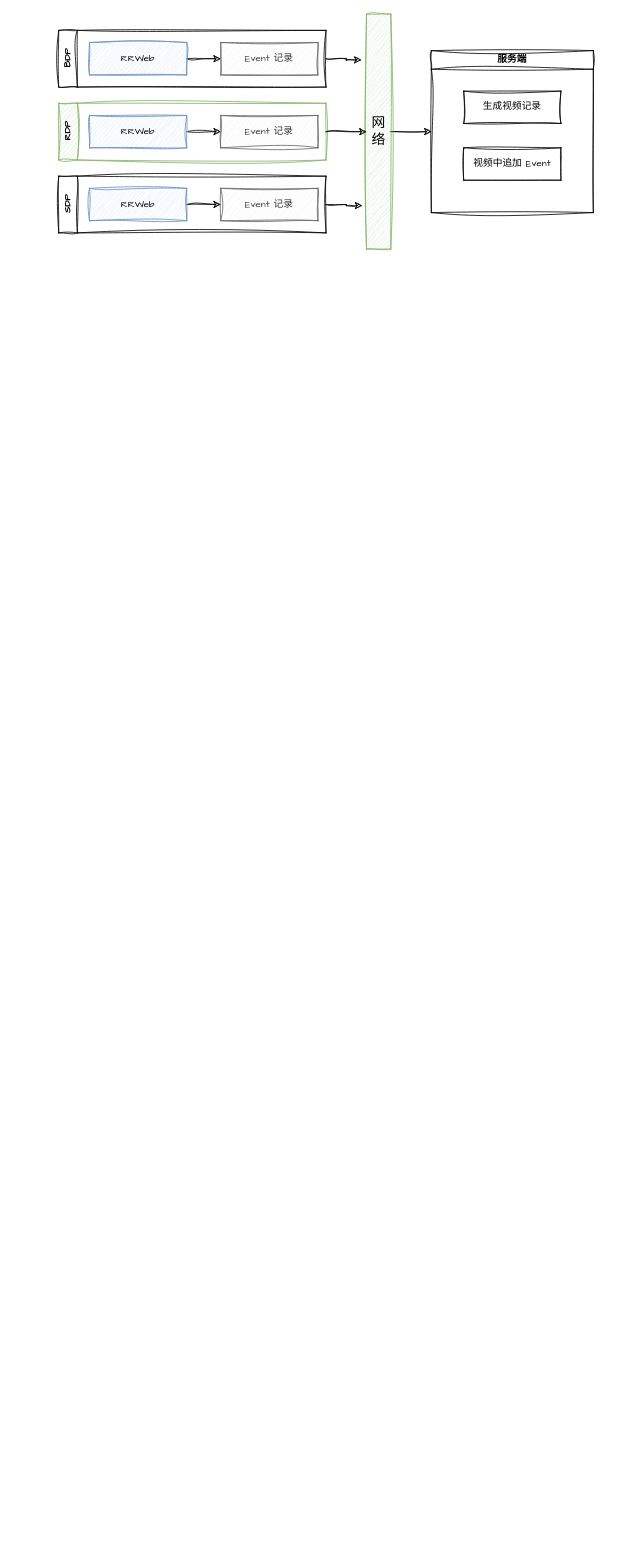
Before: page "第 4 页" (4 of 4) of 123.drawio in swlws/drawio, a draw.io diagram. Source tidied: cells renumbered, new cells numbered last; positions are measured from the earlier drawing's top-left corner, leaving out a move shared by most shapes. Both pictures are drawn from the tidied source at 81%, with x=0, y=0 at pixel (58, 14).
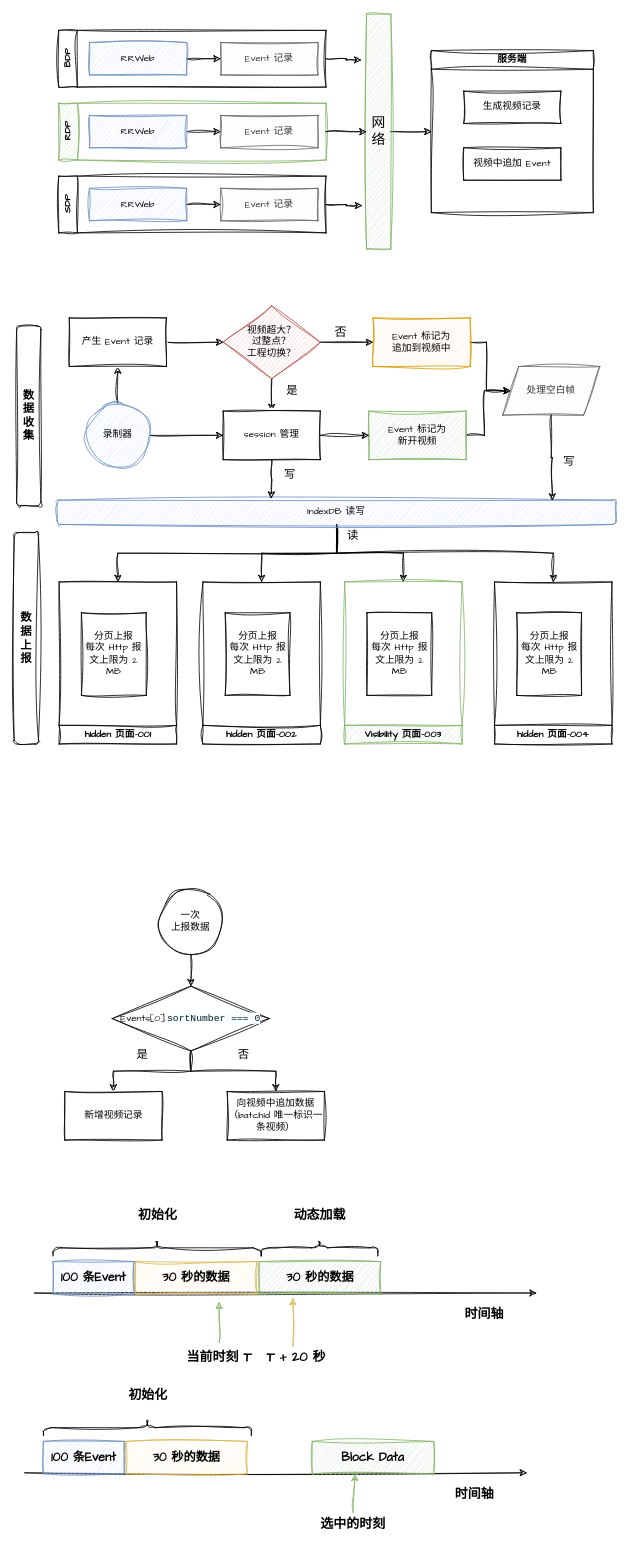
The same diagram, later.

The edit, as a diff of the source:
```diff
@@
+    <mxCell id="22" style="edgeStyle=orthogonalEdgeStyle;rounded=0;sketch=1;hachureGap=4;jiggle=2;curveFitting=1;jettySize=auto;html=1;entryX=0;entryY=0.5;entryDx=0;entryDy=0;fontFamily=Architects Daughter;" parent="1" edge="1" source="24" target="35">
+      <mxGeometry relative="1" as="geometry" />
+    </mxCell>
+    <mxCell id="23" style="edgeStyle=orthogonalEdgeStyle;rounded=0;sketch=1;hachureGap=4;jiggle=2;curveFitting=1;jettySize=auto;html=1;entryX=0.5;entryY=1;entryDx=0;entryDy=0;fontFamily=Architects Daughter;" parent="1" edge="1" source="24" target="26">
+      <mxGeometry relative="1" as="geometry" />
+    </mxCell>
+    <mxCell id="24" value="录制器" style="ellipse;whiteSpace=wrap;html=1;sketch=1;hachureGap=4;jiggle=2;curveFitting=1;fontFamily=Architects Daughter;fillColor=#dae8fc;strokeColor=#6c8ebf;" parent="1" vertex="1">
+      <mxGeometry x="33" y="480" width="80" height="80" as="geometry" />
+    </mxCell>
+    <mxCell id="25" style="edgeStyle=orthogonalEdgeStyle;rounded=0;sketch=1;hachureGap=4;jiggle=2;curveFitting=1;jettySize=auto;html=1;entryX=0;entryY=0.5;entryDx=0;entryDy=0;fontFamily=Architects Daughter;" parent="1" edge="1" source="26" target="29">
+      <mxGeometry relative="1" as="geometry" />
+    </mxCell>
+    <mxCell id="26" value="产生 Event 记录" style="rounded=0;whiteSpace=wrap;html=1;sketch=1;hachureGap=4;jiggle=2;curveFitting=1;fontFamily=Architects Daughter;" parent="1" vertex="1">
+      <mxGeometry x="13" y="375" width="120" height="60" as="geometry" />
+    </mxCell>
+    <mxCell id="27" style="edgeStyle=orthogonalEdgeStyle;rounded=0;sketch=1;hachureGap=4;jiggle=2;curveFitting=1;jettySize=auto;html=1;entryX=0;entryY=0.5;entryDx=0;entryDy=0;fontFamily=Architects Daughter;" parent="1" edge="1" source="29" target="33">
+      <mxGeometry relative="1" as="geometry" />
+    </mxCell>
+    <mxCell id="28" style="edgeStyle=orthogonalEdgeStyle;rounded=0;sketch=1;hachureGap=4;jiggle=2;curveFitting=1;jettySize=auto;html=1;entryX=0.5;entryY=0;entryDx=0;entryDy=0;fontFamily=Architects Daughter;" parent="1" edge="1" source="29" target="35">
+      <mxGeometry relative="1" as="geometry" />
+    </mxCell>
+    <mxCell id="29" value="视频超大？&lt;div&gt;过整点？&lt;/div&gt;&lt;div&gt;工程切换？&lt;/div&gt;" style="rhombus;whiteSpace=wrap;html=1;sketch=1;hachureGap=4;jiggle=2;curveFitting=1;fontFamily=Architects Daughter;fillColor=#f8cecc;strokeColor=#b85450;" parent="1" vertex="1">
+      <mxGeometry x="203" y="360" width="120" height="90" as="geometry" />
+    </mxCell>
+    <mxCell id="30" style="edgeStyle=orthogonalEdgeStyle;rounded=0;sketch=1;hachureGap=4;jiggle=2;curveFitting=1;jettySize=auto;html=1;entryX=0;entryY=0.5;entryDx=0;entryDy=0;fontFamily=Architects Daughter;" parent="1" edge="1" source="31" target="38">
+      <mxGeometry relative="1" as="geometry" />
+    </mxCell>
+    <mxCell id="31" value="Event 标记为&lt;div&gt;新开视频&lt;/div&gt;" style="rounded=0;whiteSpace=wrap;html=1;sketch=1;hachureGap=4;jiggle=2;curveFitting=1;fontFamily=Architects Daughter;fillColor=#d5e8d4;strokeColor=#82b366;" parent="1" vertex="1">
+      <mxGeometry x="383" y="490" width="120" height="60" as="geometry" />
+    </mxCell>
+    <mxCell id="32" style="edgeStyle=orthogonalEdgeStyle;rounded=0;sketch=1;hachureGap=4;jiggle=2;curveFitting=1;jettySize=auto;html=1;entryX=0;entryY=0.5;entryDx=0;entryDy=0;fontFamily=Architects Daughter;" parent="1" edge="1" source="33" target="38">
+      <mxGeometry relative="1" as="geometry" />
+    </mxCell>
+    <mxCell id="33" value="Event 标记为&lt;div&gt;追加到视频中&lt;/div&gt;" style="rounded=0;whiteSpace=wrap;html=1;sketch=1;hachureGap=4;jiggle=2;curveFitting=1;fontFamily=Architects Daughter;fillColor=#ffe6cc;strokeColor=#d79b00;" parent="1" vertex="1">
+      <mxGeometry x="388" y="375" width="120" height="60" as="geometry" />
+    </mxCell>
+    <mxCell id="34" style="edgeStyle=orthogonalEdgeStyle;rounded=0;sketch=1;hachureGap=4;jiggle=2;curveFitting=1;jettySize=auto;html=1;entryX=0;entryY=0.5;entryDx=0;entryDy=0;fontFamily=Architects Daughter;" parent="1" edge="1" source="35" target="31">
+      <mxGeometry relative="1" as="geometry" />
+    </mxCell>
+    <mxCell id="35" value="session 管理" style="rounded=0;whiteSpace=wrap;html=1;sketch=1;hachureGap=4;jiggle=2;curveFitting=1;fontFamily=Architects Daughter;" parent="1" vertex="1">
+      <mxGeometry x="203" y="490" width="120" height="60" as="geometry" />
+    </mxCell>
+    <mxCell id="36" value="&lt;font style=&quot;font-size: 15px;&quot;&gt;否&lt;/font&gt;" style="text;html=1;align=center;verticalAlign=middle;strokeColor=none;fillColor=none;fontFamily=Architects Daughter;" parent="1" vertex="1">
+      <mxGeometry x="328" y="378" width="40" height="30" as="geometry" />
+    </mxCell>
+    <mxCell id="37" value="&lt;font style=&quot;font-size: 14px;&quot;&gt;是&lt;/font&gt;" style="text;html=1;align=center;verticalAlign=middle;strokeColor=none;fillColor=none;fontFamily=Architects Daughter;" parent="1" vertex="1">
+      <mxGeometry x="268" y="450" width="40" height="30" as="geometry" />
+    </mxCell>
+    <mxCell id="38" value="处理空白帧" style="shape=parallelogram;perimeter=parallelogramPerimeter;whiteSpace=wrap;html=1;fixedSize=1;sketch=1;hachureGap=4;jiggle=2;curveFitting=1;fontFamily=Architects Daughter;fillColor=#f5f5f5;fontColor=#333333;strokeColor=#666666;" parent="1" vertex="1">
+      <mxGeometry x="548" y="435" width="120" height="60" as="geometry" />
+    </mxCell>
+    <mxCell id="39" style="edgeStyle=orthogonalEdgeStyle;rounded=0;sketch=1;hachureGap=4;jiggle=2;curveFitting=1;jettySize=auto;html=1;entryX=0.5;entryY=1;entryDx=0;entryDy=0;fontFamily=Architects Daughter;" parent="1" edge="1" source="43" target="48">
+      <mxGeometry relative="1" as="geometry" />
+    </mxCell>
+    <mxCell id="40" style="edgeStyle=orthogonalEdgeStyle;rounded=0;sketch=1;hachureGap=4;jiggle=2;curveFitting=1;jettySize=auto;html=1;entryX=0.5;entryY=1;entryDx=0;entryDy=0;fontFamily=Architects Daughter;" parent="1" edge="1" source="43" target="50">
+      <mxGeometry relative="1" as="geometry" />
+    </mxCell>
+    <mxCell id="41" style="edgeStyle=orthogonalEdgeStyle;rounded=0;sketch=1;hachureGap=4;jiggle=2;curveFitting=1;jettySize=auto;html=1;entryX=0.5;entryY=1;entryDx=0;entryDy=0;fontFamily=Architects Daughter;" parent="1" edge="1" source="43" target="52">
+      <mxGeometry relative="1" as="geometry" />
+    </mxCell>
+    <mxCell id="42" style="edgeStyle=orthogonalEdgeStyle;rounded=0;sketch=1;hachureGap=4;jiggle=2;curveFitting=1;jettySize=auto;html=1;entryX=0.5;entryY=1;entryDx=0;entryDy=0;fontFamily=Architects Daughter;" parent="1" edge="1" source="43" target="54">
+      <mxGeometry relative="1" as="geometry" />
+    </mxCell>
+    <mxCell id="43" value="IndexDB 读写" style="rounded=1;whiteSpace=wrap;html=1;sketch=1;hachureGap=4;jiggle=2;curveFitting=1;fontFamily=Architects Daughter;fillColor=#dae8fc;strokeColor=#6c8ebf;" parent="1" vertex="1">
+      <mxGeometry x="-2" y="600" width="690" height="30" as="geometry" />
+    </mxCell>
+    <mxCell id="44" style="edgeStyle=orthogonalEdgeStyle;rounded=0;sketch=1;hachureGap=4;jiggle=2;curveFitting=1;jettySize=auto;html=1;entryX=0.886;entryY=0.017;entryDx=0;entryDy=0;entryPerimeter=0;fontFamily=Architects Daughter;" parent="1" edge="1" source="38" target="43">
+      <mxGeometry relative="1" as="geometry" />
+    </mxCell>
+    <mxCell id="45" style="edgeStyle=orthogonalEdgeStyle;rounded=0;sketch=1;hachureGap=4;jiggle=2;curveFitting=1;jettySize=auto;html=1;entryX=0.383;entryY=-0.067;entryDx=0;entryDy=0;entryPerimeter=0;fontFamily=Architects Daughter;" parent="1" edge="1" source="35" target="43">
+      <mxGeometry relative="1" as="geometry" />
+    </mxCell>
+    <mxCell id="46" value="&lt;b style=&quot;font-size: 14px;&quot;&gt;&lt;font style=&quot;font-size: 14px;&quot;&gt;数&lt;/font&gt;&lt;/b&gt;&lt;div style=&quot;font-size: 14px;&quot;&gt;&lt;b&gt;&lt;font style=&quot;font-size: 14px;&quot;&gt;据&lt;/font&gt;&lt;/b&gt;&lt;/div&gt;&lt;div style=&quot;font-size: 14px;&quot;&gt;&lt;b&gt;上&lt;/b&gt;&lt;/div&gt;&lt;div style=&quot;font-size: 14px;&quot;&gt;&lt;b&gt;报&lt;/b&gt;&lt;/div&gt;" style="rounded=1;whiteSpace=wrap;html=1;sketch=1;hachureGap=4;jiggle=2;curveFitting=1;fontFamily=Architects Daughter;" parent="1" vertex="1">
+      <mxGeometry x="-55" y="640" width="30" height="261" as="geometry" />
+    </mxCell>
+    <mxCell id="47" value="&lt;b style=&quot;font-size: 14px;&quot;&gt;&lt;font style=&quot;font-size: 14px;&quot;&gt;数&lt;/font&gt;&lt;/b&gt;&lt;div style=&quot;font-size: 14px;&quot;&gt;&lt;b&gt;&lt;font style=&quot;font-size: 14px;&quot;&gt;据&lt;/font&gt;&lt;/b&gt;&lt;/div&gt;&lt;div style=&quot;font-size: 14px;&quot;&gt;&lt;b&gt;&lt;font style=&quot;font-size: 14px;&quot;&gt;收&lt;/font&gt;&lt;/b&gt;&lt;/div&gt;&lt;div style=&quot;font-size: 14px;&quot;&gt;&lt;b style=&quot;&quot;&gt;&lt;font style=&quot;font-size: 14px;&quot;&gt;集&lt;/font&gt;&lt;/b&gt;&lt;/div&gt;" style="rounded=1;whiteSpace=wrap;html=1;sketch=1;hachureGap=4;jiggle=2;curveFitting=1;fontFamily=Architects Daughter;" parent="1" vertex="1">
+      <mxGeometry x="-52" y="385" width="30" height="222" as="geometry" />
+    </mxCell>
+    <mxCell id="48" value="hidden 页面-001" style="swimlane;whiteSpace=wrap;html=1;sketch=1;hachureGap=4;jiggle=2;curveFitting=1;fontFamily=Architects Daughter;direction=west;" parent="1" vertex="1">
+      <mxGeometry x="0.5" y="701" width="145" height="200" as="geometry" />
+    </mxCell>
+    <mxCell id="49" value="分页上报&lt;div&gt;每次 Http 报文上限为 2 MB&lt;/div&gt;" style="rounded=0;whiteSpace=wrap;html=1;sketch=1;hachureGap=4;jiggle=2;curveFitting=1;fontFamily=Architects Daughter;" parent="48" vertex="1">
+      <mxGeometry x="27.5" y="38" width="80" height="102" as="geometry" />
+    </mxCell>
+    <mxCell id="50" value="hidden 页面-002" style="swimlane;whiteSpace=wrap;html=1;sketch=1;hachureGap=4;jiggle=2;curveFitting=1;fontFamily=Architects Daughter;direction=west;" parent="1" vertex="1">
+      <mxGeometry x="178" y="701" width="145" height="200" as="geometry" />
+    </mxCell>
+    <mxCell id="51" value="分页上报&lt;div&gt;每次 Http 报文上限为 2 MB&lt;/div&gt;" style="rounded=0;whiteSpace=wrap;html=1;sketch=1;hachureGap=4;jiggle=2;curveFitting=1;fontFamily=Architects Daughter;" parent="50" vertex="1">
+      <mxGeometry x="27.5" y="38" width="80" height="102" as="geometry" />
+    </mxCell>
+    <mxCell id="52" value="Visibility 页面-003" style="swimlane;whiteSpace=wrap;html=1;sketch=1;hachureGap=4;jiggle=2;curveFitting=1;fontFamily=Architects Daughter;direction=west;fillColor=#d5e8d4;strokeColor=#82b366;" parent="1" vertex="1">
+      <mxGeometry x="353" y="701" width="145" height="200" as="geometry" />
+    </mxCell>
+    <mxCell id="53" value="分页上报&lt;div&gt;每次 Http 报文上限为 2 MB&lt;/div&gt;" style="rounded=0;whiteSpace=wrap;html=1;sketch=1;hachureGap=4;jiggle=2;curveFitting=1;fontFamily=Architects Daughter;" parent="52" vertex="1">
+      <mxGeometry x="27.5" y="38" width="80" height="102" as="geometry" />
+    </mxCell>
+    <mxCell id="54" value="hidden 页面-004" style="swimlane;whiteSpace=wrap;html=1;sketch=1;hachureGap=4;jiggle=2;curveFitting=1;fontFamily=Architects Daughter;direction=west;" parent="1" vertex="1">
+      <mxGeometry x="538" y="701" width="145" height="200" as="geometry" />
+    </mxCell>
+    <mxCell id="55" value="分页上报&lt;div&gt;每次 Http 报文上限为 2 MB&lt;/div&gt;" style="rounded=0;whiteSpace=wrap;html=1;sketch=1;hachureGap=4;jiggle=2;curveFitting=1;fontFamily=Architects Daughter;" parent="54" vertex="1">
+      <mxGeometry x="27.5" y="38" width="80" height="102" as="geometry" />
+    </mxCell>
+    <mxCell id="56" value="&lt;font style=&quot;font-size: 14px;&quot;&gt;写&lt;/font&gt;" style="text;html=1;align=center;verticalAlign=middle;strokeColor=none;fillColor=none;fontFamily=Architects Daughter;" parent="1" vertex="1">
+      <mxGeometry x="610" y="538" width="40" height="30" as="geometry" />
+    </mxCell>
+    <mxCell id="57" value="&lt;font style=&quot;font-size: 14px;&quot;&gt;写&lt;/font&gt;" style="text;html=1;align=center;verticalAlign=middle;strokeColor=none;fillColor=none;fontFamily=Architects Daughter;" parent="1" vertex="1">
+      <mxGeometry x="265" y="554" width="40" height="30" as="geometry" />
+    </mxCell>
+    <mxCell id="58" value="&lt;font style=&quot;font-size: 14px;&quot;&gt;读&lt;/font&gt;" style="text;html=1;align=center;verticalAlign=middle;strokeColor=none;fillColor=none;fontFamily=Architects Daughter;" parent="1" vertex="1">
+      <mxGeometry x="343" y="630" width="40" height="30" as="geometry" />
+    </mxCell>
+    <mxCell id="59" style="edgeStyle=orthogonalEdgeStyle;rounded=0;sketch=1;hachureGap=4;jiggle=2;curveFitting=1;jettySize=auto;html=1;entryX=0.5;entryY=0;entryDx=0;entryDy=0;fontFamily=Architects Daughter;" parent="1" edge="1" source="60" target="63">
+      <mxGeometry relative="1" as="geometry" />
+    </mxCell>
+    <mxCell id="60" value="一次&lt;div&gt;上报&lt;span style=&quot;background-color: initial;&quot;&gt;数据&lt;/span&gt;&lt;/div&gt;" style="ellipse;whiteSpace=wrap;html=1;sketch=1;hachureGap=4;jiggle=2;curveFitting=1;fontFamily=Architects Daughter;" parent="1" vertex="1">
+      <mxGeometry x="123" y="1080" width="80" height="80" as="geometry" />
+    </mxCell>
+    <mxCell id="61" style="edgeStyle=orthogonalEdgeStyle;rounded=0;sketch=1;hachureGap=4;jiggle=2;curveFitting=1;jettySize=auto;html=1;entryX=0.5;entryY=0;entryDx=0;entryDy=0;fontFamily=Architects Daughter;" parent="1" edge="1" source="63" target="64">
+      <mxGeometry relative="1" as="geometry" />
+    </mxCell>
+    <mxCell id="62" style="edgeStyle=orthogonalEdgeStyle;rounded=0;sketch=1;hachureGap=4;jiggle=2;curveFitting=1;jettySize=auto;html=1;entryX=0.5;entryY=0;entryDx=0;entryDy=0;fontFamily=Architects Daughter;" parent="1" edge="1" source="63" target="65">
+      <mxGeometry relative="1" as="geometry" />
+    </mxCell>
+    <mxCell id="63" value="Events[0].&lt;span style=&quot;color: rgb(0, 31, 36); font-family: monospace; text-align: left; text-wrap: nowrap; background-color: rgb(248, 253, 255);&quot;&gt;sortNumber === 0&lt;/span&gt;" style="rhombus;whiteSpace=wrap;html=1;sketch=1;hachureGap=4;jiggle=2;curveFitting=1;fontFamily=Architects Daughter;" parent="1" vertex="1">
+      <mxGeometry x="66" y="1200" width="194" height="80" as="geometry" />
+    </mxCell>
+    <mxCell id="64" value="新增视频记录" style="rounded=0;whiteSpace=wrap;html=1;sketch=1;hachureGap=4;jiggle=2;curveFitting=1;fontFamily=Architects Daughter;" parent="1" vertex="1">
+      <mxGeometry x="7.5" y="1330" width="120" height="60" as="geometry" />
+    </mxCell>
+    <mxCell id="65" value="向视频中追加数据&lt;div&gt;（batchId 唯一标识一条视频）&lt;/div&gt;" style="rounded=0;whiteSpace=wrap;html=1;sketch=1;hachureGap=4;jiggle=2;curveFitting=1;fontFamily=Architects Daughter;" parent="1" vertex="1">
+      <mxGeometry x="208" y="1330" width="120" height="60" as="geometry" />
+    </mxCell>
+    <mxCell id="66" value="&lt;font style=&quot;font-size: 14px;&quot;&gt;是&lt;/font&gt;" style="text;html=1;align=center;verticalAlign=middle;strokeColor=none;fillColor=none;fontFamily=Architects Daughter;" parent="1" vertex="1">
+      <mxGeometry x="83" y="1270" width="40" height="30" as="geometry" />
+    </mxCell>
+    <mxCell id="67" value="&lt;font style=&quot;font-size: 14px;&quot;&gt;否&lt;/font&gt;" style="text;html=1;align=center;verticalAlign=middle;strokeColor=none;fillColor=none;fontFamily=Architects Daughter;" parent="1" vertex="1">
+      <mxGeometry x="208" y="1270" width="40" height="30" as="geometry" />
+    </mxCell>
+    <mxCell id="68" style="endArrow=classic;html=1;rounded=0;sketch=1;hachureGap=4;jiggle=2;curveFitting=1;fontFamily=Architects Daughter;" parent="1" edge="1">
+      <mxGeometry relative="1" as="geometry">
+        <mxPoint x="-30" y="1578.8" as="sourcePoint" />
+        <mxPoint x="590" y="1578.8" as="targetPoint" />
+      </mxGeometry>
+    </mxCell>
+    <mxCell id="69" value="100 条Event" style="rounded=0;whiteSpace=wrap;html=1;sketch=1;hachureGap=4;jiggle=2;curveFitting=1;fontFamily=Architects Daughter;fontSize=15;fontStyle=1;fillColor=#dae8fc;strokeColor=#6c8ebf;" parent="1" vertex="1">
+      <mxGeometry x="-7" y="1540" width="100" height="40" as="geometry" />
+    </mxCell>
+    <mxCell id="70" value="30 秒的数据" style="rounded=0;whiteSpace=wrap;html=1;sketch=1;hachureGap=4;jiggle=2;curveFitting=1;fontFamily=Architects Daughter;fontSize=15;fontStyle=1;fillColor=#fff2cc;strokeColor=#d6b656;" parent="1" vertex="1">
+      <mxGeometry x="95" y="1540" width="150" height="40" as="geometry" />
+    </mxCell>
+    <mxCell id="71" style="shape=curlyBracket;whiteSpace=wrap;html=1;rounded=1;flipH=1;labelPosition=right;verticalLabelPosition=middle;align=left;verticalAlign=middle;sketch=1;hachureGap=4;jiggle=2;curveFitting=1;fontFamily=Architects Daughter;direction=south;" parent="1" vertex="1">
+      <mxGeometry x="-7" y="1513" width="257" height="20" as="geometry" />
+    </mxCell>
+    <mxCell id="72" value="&lt;b&gt;&lt;font style=&quot;font-size: 16px;&quot;&gt;初始化&lt;/font&gt;&lt;/b&gt;" style="text;html=1;align=center;verticalAlign=middle;strokeColor=none;fillColor=none;fontFamily=Architects Daughter;" parent="1" vertex="1">
+      <mxGeometry x="86.5" y="1468" width="70" height="30" as="geometry" />
+    </mxCell>
+    <mxCell id="73" style="endArrow=classic;html=1;rounded=0;sketch=1;hachureGap=4;jiggle=2;curveFitting=1;fontFamily=Architects Daughter;fillColor=#d5e8d4;strokeColor=#82b366;" parent="1" edge="1">
+      <mxGeometry relative="1" as="geometry">
+        <mxPoint x="198" y="1640" as="sourcePoint" />
+        <mxPoint x="198" y="1590" as="targetPoint" />
+      </mxGeometry>
+    </mxCell>
+    <mxCell id="74" style="endArrow=classic;html=1;rounded=0;sketch=1;hachureGap=4;jiggle=2;curveFitting=1;fontFamily=Architects Daughter;fillColor=#fff2cc;strokeColor=#d6b656;" parent="1" edge="1">
+      <mxGeometry relative="1" as="geometry">
+        <mxPoint x="289" y="1645" as="sourcePoint" />
+        <mxPoint x="289" y="1585" as="targetPoint" />
+      </mxGeometry>
+    </mxCell>
+    <mxCell id="75" value="&lt;b&gt;&lt;font style=&quot;font-size: 16px;&quot;&gt;当前时刻 T&lt;/font&gt;&lt;/b&gt;" style="text;html=1;align=center;verticalAlign=middle;strokeColor=none;fillColor=none;fontFamily=Architects Daughter;" parent="1" vertex="1">
+      <mxGeometry x="147.5" y="1643" width="100" height="30" as="geometry" />
+    </mxCell>
+    <mxCell id="76" value="&lt;b&gt;&lt;font style=&quot;font-size: 16px;&quot;&gt;T + 20 秒&lt;/font&gt;&lt;/b&gt;" style="text;html=1;align=center;verticalAlign=middle;strokeColor=none;fillColor=none;fontFamily=Architects Daughter;" parent="1" vertex="1">
+      <mxGeometry x="243" y="1643" width="100" height="30" as="geometry" />
+    </mxCell>
+    <mxCell id="77" style="shape=curlyBracket;whiteSpace=wrap;html=1;rounded=1;flipH=1;labelPosition=right;verticalLabelPosition=middle;align=left;verticalAlign=middle;sketch=1;hachureGap=4;jiggle=2;curveFitting=1;fontFamily=Architects Daughter;direction=south;" parent="1" vertex="1">
+      <mxGeometry x="250" y="1513" width="144" height="20" as="geometry" />
+    </mxCell>
+    <mxCell id="78" value="30 秒的数据" style="rounded=0;whiteSpace=wrap;html=1;sketch=1;hachureGap=4;jiggle=2;curveFitting=1;fontFamily=Architects Daughter;fontSize=15;fontStyle=1;fillColor=#d5e8d4;strokeColor=#82b366;" parent="1" vertex="1">
+      <mxGeometry x="247.5" y="1540" width="150" height="40" as="geometry" />
+    </mxCell>
+    <mxCell id="79" value="&lt;span style=&quot;font-size: 16px;&quot;&gt;&lt;b&gt;动态加载&lt;/b&gt;&lt;/span&gt;" style="text;html=1;align=center;verticalAlign=middle;strokeColor=none;fillColor=none;fontFamily=Architects Daughter;" parent="1" vertex="1">
+      <mxGeometry x="277" y="1468" width="90" height="30" as="geometry" />
+    </mxCell>
+    <mxCell id="80" value="&lt;span style=&quot;font-size: 16px;&quot;&gt;&lt;b&gt;时间轴&lt;/b&gt;&lt;/span&gt;" style="text;html=1;align=center;verticalAlign=middle;strokeColor=none;fillColor=none;fontFamily=Architects Daughter;" parent="1" vertex="1">
+      <mxGeometry x="490" y="1590" width="70" height="30" as="geometry" />
+    </mxCell>
+    <mxCell id="81" style="endArrow=classic;html=1;rounded=0;sketch=1;hachureGap=4;jiggle=2;curveFitting=1;fontFamily=Architects Daughter;" parent="1" edge="1">
+      <mxGeometry relative="1" as="geometry">
+        <mxPoint x="-42" y="1800.8" as="sourcePoint" />
+        <mxPoint x="578" y="1800.8" as="targetPoint" />
+      </mxGeometry>
+    </mxCell>
+    <mxCell id="82" value="100 条Event" style="rounded=0;whiteSpace=wrap;html=1;sketch=1;hachureGap=4;jiggle=2;curveFitting=1;fontFamily=Architects Daughter;fontSize=15;fontStyle=1;fillColor=#dae8fc;strokeColor=#6c8ebf;" parent="1" vertex="1">
+      <mxGeometry x="-19" y="1762" width="100" height="40" as="geometry" />
+    </mxCell>
+    <mxCell id="83" value="30 秒的数据" style="rounded=0;whiteSpace=wrap;html=1;sketch=1;hachureGap=4;jiggle=2;curveFitting=1;fontFamily=Architects Daughter;fontSize=15;fontStyle=1;fillColor=#fff2cc;strokeColor=#d6b656;" parent="1" vertex="1">
+      <mxGeometry x="83" y="1762" width="150" height="40" as="geometry" />
+    </mxCell>
+    <mxCell id="84" style="shape=curlyBracket;whiteSpace=wrap;html=1;rounded=1;flipH=1;labelPosition=right;verticalLabelPosition=middle;align=left;verticalAlign=middle;sketch=1;hachureGap=4;jiggle=2;curveFitting=1;fontFamily=Architects Daughter;direction=south;" parent="1" vertex="1">
+      <mxGeometry x="-19" y="1735" width="257" height="20" as="geometry" />
+    </mxCell>
+    <mxCell id="85" value="&lt;b&gt;&lt;font style=&quot;font-size: 16px;&quot;&gt;初始化&lt;/font&gt;&lt;/b&gt;" style="text;html=1;align=center;verticalAlign=middle;strokeColor=none;fillColor=none;fontFamily=Architects Daughter;" parent="1" vertex="1">
+      <mxGeometry x="74.5" y="1690" width="70" height="30" as="geometry" />
+    </mxCell>
+    <mxCell id="86" style="endArrow=classic;html=1;rounded=0;sketch=1;hachureGap=4;jiggle=2;curveFitting=1;fontFamily=Architects Daughter;fillColor=#d5e8d4;strokeColor=#82b366;" parent="1" edge="1" source="89">
+      <mxGeometry relative="1" as="geometry">
+        <mxPoint x="365.8" y="1802" as="targetPoint" />
+      </mxGeometry>
+    </mxCell>
+    <mxCell id="87" value="Block Data" style="rounded=0;whiteSpace=wrap;html=1;sketch=1;hachureGap=4;jiggle=2;curveFitting=1;fontFamily=Architects Daughter;fontSize=15;fontStyle=1;fillColor=#d5e8d4;strokeColor=#82b366;" parent="1" vertex="1">
+      <mxGeometry x="313" y="1762" width="150" height="40" as="geometry" />
+    </mxCell>
+    <mxCell id="88" value="&lt;span style=&quot;font-size: 16px;&quot;&gt;&lt;b&gt;时间轴&lt;/b&gt;&lt;/span&gt;" style="text;html=1;align=center;verticalAlign=middle;strokeColor=none;fillColor=none;fontFamily=Architects Daughter;" parent="1" vertex="1">
+      <mxGeometry x="478" y="1812" width="70" height="30" as="geometry" />
+    </mxCell>
+    <mxCell id="89" value="&lt;b&gt;&lt;font style=&quot;font-size: 16px;&quot;&gt;选中的时刻&lt;/font&gt;&lt;/b&gt;" style="text;html=1;align=center;verticalAlign=middle;points=[];strokeColor=none;fillColor=none;fontFamily=Architects Daughter;" parent="1" vertex="1">
+      <mxGeometry x="313" y="1850" width="100" height="30" as="geometry" />
+    </mxCell>
```
